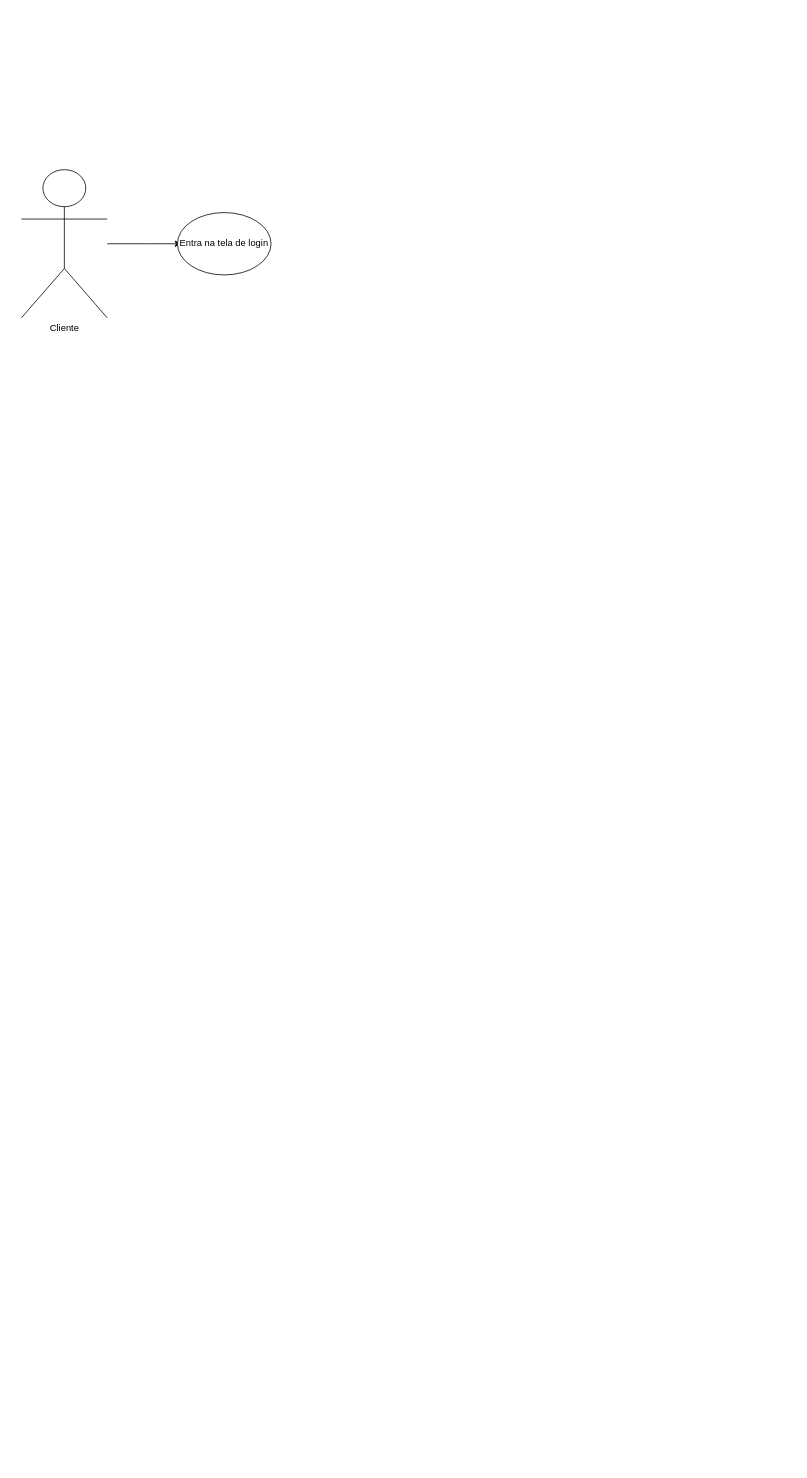
Earlier version of the draw.io diagram Doc/caso de uso.drawio (joabeArthur/Equipe5). Source tidied: cells renumbered, new cells numbered last; positions are measured from the earlier drawing's top-left corner, leaving out a move shared by most shapes. Both pictures are drawn from the tidied source at 78%, with x=0, y=0 at pixel (21, 169).
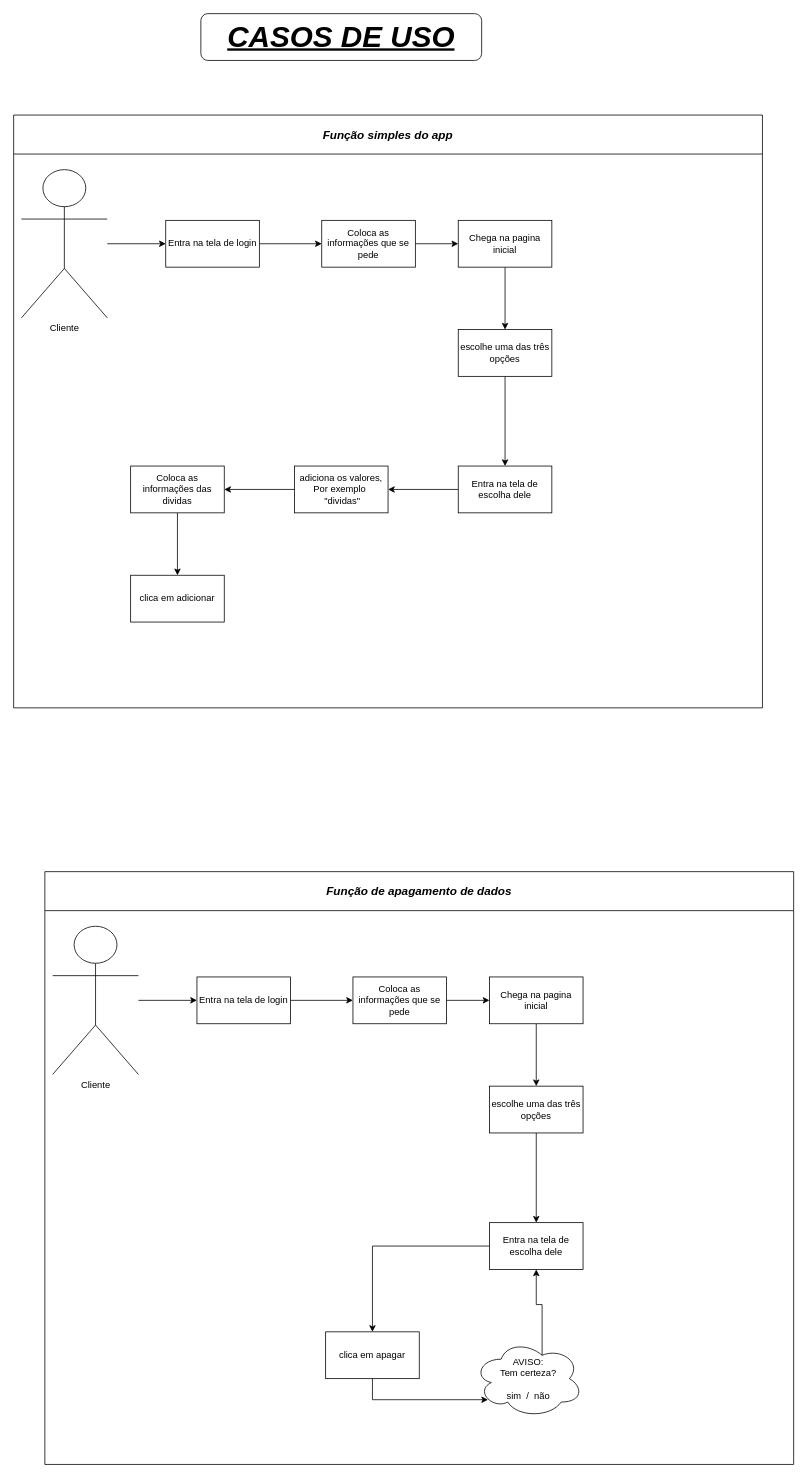
After the change.

The change refers to these unchanged cells:
```xml
<mxCell id="3" value="Cliente" style="shape=umlActor;verticalLabelPosition=bottom;verticalAlign=top;html=1;outlineConnect=0;" parent="1" vertex="1">
  <mxGeometry width="110" height="190" as="geometry" />
</mxCell>
```

Diff of the diagram source:
```diff
@@
-    <mxCell id="2" style="edgeStyle=orthogonalEdgeStyle;rounded=0;jettySize=auto;html=1;" parent="1" edge="1" source="3">
-      <mxGeometry relative="1" as="geometry">
-        <mxPoint x="205" y="95" as="targetPoint" />
-      </mxGeometry>
-    </mxCell>
+    <mxCell id="5" style="edgeStyle=orthogonalEdgeStyle;rounded=0;jettySize=auto;html=1;" parent="1" edge="1" source="3" target="7">
+      <mxGeometry relative="1" as="geometry" />
+    </mxCell>
@@
-    <mxCell id="4" value="Entra na tela de login" style="ellipse;whiteSpace=wrap;html=1;" parent="1" vertex="1">
-      <mxGeometry x="200" y="55" width="120" height="80" as="geometry" />
-    </mxCell>
+    <mxCell id="6" style="edgeStyle=orthogonalEdgeStyle;rounded=0;jettySize=auto;html=1;" parent="1" edge="1" source="7" target="9">
+      <mxGeometry relative="1" as="geometry" />
+    </mxCell>
+    <mxCell id="7" value="Entra na tela de login" style="whiteSpace=wrap;html=1;verticalAlign=middle;" parent="1" vertex="1">
+      <mxGeometry x="185" y="65" width="120" height="60" as="geometry" />
+    </mxCell>
+    <mxCell id="8" style="edgeStyle=orthogonalEdgeStyle;rounded=0;jettySize=auto;html=1;" parent="1" edge="1" source="9" target="11">
+      <mxGeometry relative="1" as="geometry" />
+    </mxCell>
+    <mxCell id="9" value="Coloca as informações que se pede" style="whiteSpace=wrap;html=1;" parent="1" vertex="1">
+      <mxGeometry x="385" y="65" width="120" height="60" as="geometry" />
+    </mxCell>
+    <mxCell id="10" style="edgeStyle=orthogonalEdgeStyle;rounded=0;jettySize=auto;html=1;" parent="1" edge="1" source="11" target="13">
+      <mxGeometry relative="1" as="geometry" />
+    </mxCell>
+    <mxCell id="11" value="Chega na pagina inicial" style="whiteSpace=wrap;html=1;" parent="1" vertex="1">
+      <mxGeometry x="560" y="65" width="120" height="60" as="geometry" />
+    </mxCell>
+    <mxCell id="12" style="edgeStyle=orthogonalEdgeStyle;rounded=0;jettySize=auto;html=1;" parent="1" edge="1" source="13" target="15">
+      <mxGeometry relative="1" as="geometry" />
+    </mxCell>
+    <mxCell id="13" value="escolhe uma das três&lt;div&gt;opções&lt;/div&gt;" style="whiteSpace=wrap;html=1;" parent="1" vertex="1">
+      <mxGeometry x="560" y="205" width="120" height="60" as="geometry" />
+    </mxCell>
+    <mxCell id="14" style="edgeStyle=orthogonalEdgeStyle;rounded=0;jettySize=auto;html=1;" parent="1" edge="1" source="15" target="17">
+      <mxGeometry relative="1" as="geometry" />
+    </mxCell>
+    <mxCell id="15" value="Entra na tela de escolha dele" style="whiteSpace=wrap;html=1;" parent="1" vertex="1">
+      <mxGeometry x="560" y="380" width="120" height="60" as="geometry" />
+    </mxCell>
+    <mxCell id="16" style="edgeStyle=orthogonalEdgeStyle;rounded=0;jettySize=auto;html=1;" parent="1" edge="1" source="17" target="19">
+      <mxGeometry relative="1" as="geometry" />
+    </mxCell>
+    <mxCell id="17" value="adiciona os valores,&lt;div&gt;Por exemplo&amp;nbsp;&lt;/div&gt;&lt;div&gt;&amp;nbsp;&quot;dividas&quot;&lt;/div&gt;" style="whiteSpace=wrap;html=1;" parent="1" vertex="1">
+      <mxGeometry x="350" y="380" width="120" height="60" as="geometry" />
+    </mxCell>
+    <mxCell id="18" style="edgeStyle=orthogonalEdgeStyle;rounded=0;jettySize=auto;html=1;" parent="1" edge="1" source="19" target="20">
+      <mxGeometry relative="1" as="geometry" />
+    </mxCell>
+    <mxCell id="19" value="Coloca as informações das dividas" style="whiteSpace=wrap;html=1;" parent="1" vertex="1">
+      <mxGeometry x="140" y="380" width="120" height="60" as="geometry" />
+    </mxCell>
+    <mxCell id="20" value="clica em adicionar" style="whiteSpace=wrap;html=1;" parent="1" vertex="1">
+      <mxGeometry x="140" y="520" width="120" height="60" as="geometry" />
+    </mxCell>
+    <mxCell id="21" value="CASOS DE USO" style="rounded=1;whiteSpace=wrap;html=1;fontStyle=7;fontSize=38;" parent="1" vertex="1">
+      <mxGeometry x="230" y="-200" width="360" height="60" as="geometry" />
+    </mxCell>
+    <mxCell id="22" value="&lt;span style=&quot;font-size: 15px;&quot;&gt;Função simples do&amp;nbsp;&lt;/span&gt;&lt;span style=&quot;font-size: 15px; background-color: initial;&quot;&gt;app&lt;/span&gt;" style="swimlane;whiteSpace=wrap;html=1;startSize=50;fontStyle=3;" parent="1" vertex="1">
+      <mxGeometry x="-10" y="-70" width="960" height="760" as="geometry" />
+    </mxCell>
+    <mxCell id="23" style="edgeStyle=orthogonalEdgeStyle;rounded=0;jettySize=auto;html=1;" parent="1" edge="1" source="24" target="26">
+      <mxGeometry relative="1" as="geometry" />
+    </mxCell>
+    <mxCell id="24" value="Cliente" style="shape=umlActor;verticalLabelPosition=bottom;verticalAlign=top;html=1;outlineConnect=0;" parent="1" vertex="1">
+      <mxGeometry x="40" y="970" width="110" height="190" as="geometry" />
+    </mxCell>
+    <mxCell id="25" style="edgeStyle=orthogonalEdgeStyle;rounded=0;jettySize=auto;html=1;" parent="1" edge="1" source="26" target="28">
+      <mxGeometry relative="1" as="geometry" />
+    </mxCell>
+    <mxCell id="26" value="Entra na tela de login" style="whiteSpace=wrap;html=1;verticalAlign=middle;" parent="1" vertex="1">
+      <mxGeometry x="225" y="1035" width="120" height="60" as="geometry" />
+    </mxCell>
+    <mxCell id="27" style="edgeStyle=orthogonalEdgeStyle;rounded=0;jettySize=auto;html=1;" parent="1" edge="1" source="28" target="30">
+      <mxGeometry relative="1" as="geometry" />
+    </mxCell>
+    <mxCell id="28" value="Coloca as informações que se pede" style="whiteSpace=wrap;html=1;" parent="1" vertex="1">
+      <mxGeometry x="425" y="1035" width="120" height="60" as="geometry" />
+    </mxCell>
+    <mxCell id="29" style="edgeStyle=orthogonalEdgeStyle;rounded=0;jettySize=auto;html=1;" parent="1" edge="1" source="30" target="32">
+      <mxGeometry relative="1" as="geometry" />
+    </mxCell>
+    <mxCell id="30" value="Chega na pagina inicial" style="whiteSpace=wrap;html=1;" parent="1" vertex="1">
+      <mxGeometry x="600" y="1035" width="120" height="60" as="geometry" />
+    </mxCell>
+    <mxCell id="31" style="edgeStyle=orthogonalEdgeStyle;rounded=0;jettySize=auto;html=1;" parent="1" edge="1" source="32" target="34">
+      <mxGeometry relative="1" as="geometry" />
+    </mxCell>
+    <mxCell id="32" value="escolhe uma das três&lt;div&gt;opções&lt;/div&gt;" style="whiteSpace=wrap;html=1;" parent="1" vertex="1">
+      <mxGeometry x="600" y="1175" width="120" height="60" as="geometry" />
+    </mxCell>
+    <mxCell id="33" style="edgeStyle=orthogonalEdgeStyle;rounded=0;jettySize=auto;html=1;exitX=0;exitY=0.5;exitDx=0;exitDy=0;entryX=0.5;entryY=0;entryDx=0;entryDy=0;" parent="1" edge="1" source="34" target="36">
+      <mxGeometry relative="1" as="geometry" />
+    </mxCell>
+    <mxCell id="34" value="Entra na tela de escolha dele" style="whiteSpace=wrap;html=1;" parent="1" vertex="1">
+      <mxGeometry x="600" y="1350" width="120" height="60" as="geometry" />
+    </mxCell>
+    <mxCell id="35" value="&lt;span style=&quot;font-size: 15px;&quot;&gt;Função de apagamento de dados&lt;br&gt;&lt;/span&gt;" style="swimlane;whiteSpace=wrap;html=1;startSize=50;fontStyle=3;" parent="1" vertex="1">
+      <mxGeometry x="30" y="900" width="960" height="760" as="geometry" />
+    </mxCell>
+    <mxCell id="36" value="clica em apagar" style="whiteSpace=wrap;html=1;" parent="35" vertex="1">
+      <mxGeometry x="360" y="590" width="120" height="60" as="geometry" />
+    </mxCell>
+    <mxCell id="37" value="AVISO:&lt;div&gt;Tem certeza?&lt;/div&gt;&lt;div&gt;&lt;br&gt;&lt;/div&gt;&lt;div&gt;sim&amp;nbsp; /&amp;nbsp; não&lt;/div&gt;" style="ellipse;shape=cloud;whiteSpace=wrap;html=1;" parent="35" vertex="1">
+      <mxGeometry x="550" y="600" width="140" height="100" as="geometry" />
+    </mxCell>
+    <mxCell id="38" style="edgeStyle=orthogonalEdgeStyle;rounded=0;jettySize=auto;html=1;exitX=0.5;exitY=1;exitDx=0;exitDy=0;entryX=0.13;entryY=0.77;entryDx=0;entryDy=0;entryPerimeter=0;" parent="35" edge="1" source="36" target="37">
+      <mxGeometry relative="1" as="geometry" />
+    </mxCell>
+    <mxCell id="39" style="edgeStyle=orthogonalEdgeStyle;rounded=0;jettySize=auto;html=1;exitX=0.625;exitY=0.2;exitDx=0;exitDy=0;exitPerimeter=0;entryX=0.5;entryY=1;entryDx=0;entryDy=0;" parent="1" edge="1" source="37" target="34">
+      <mxGeometry relative="1" as="geometry" />
+    </mxCell>
```
